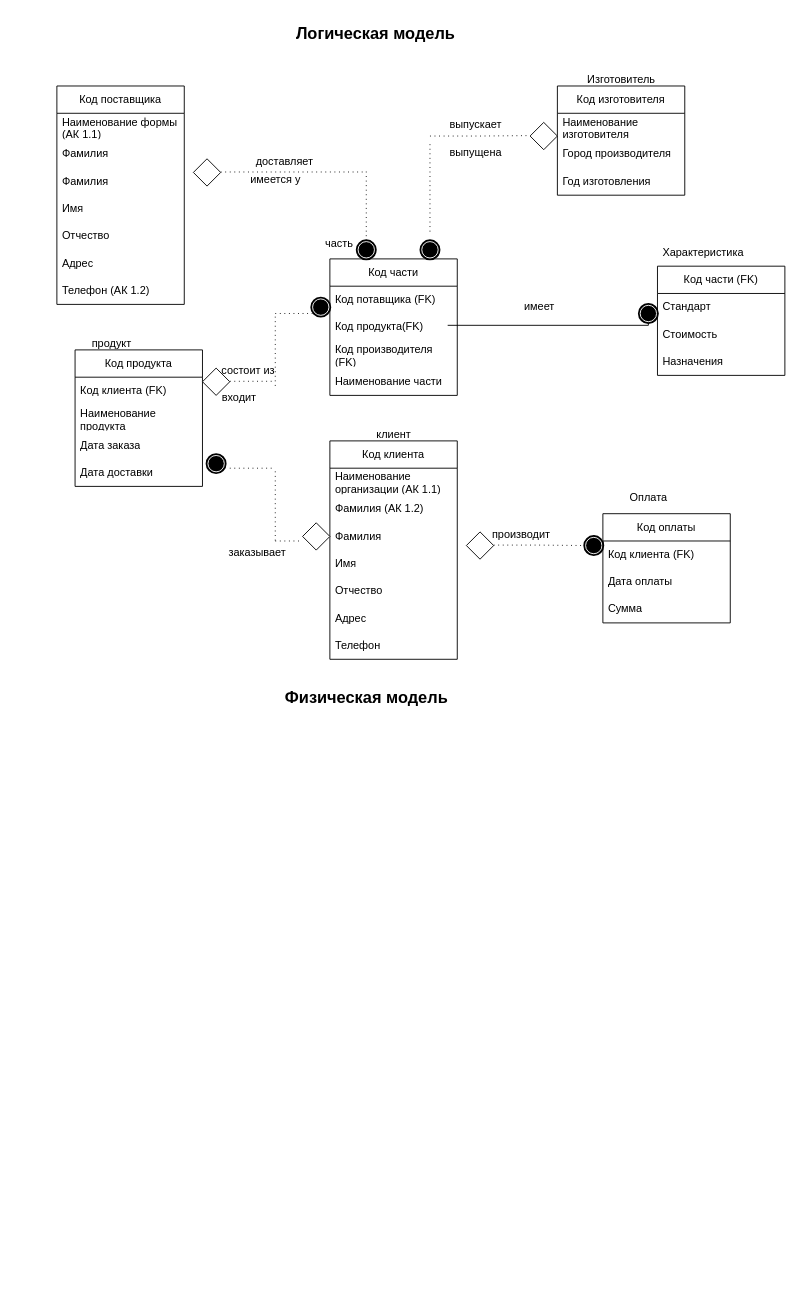
The draw.io diagram 8.drawio in elena-ts/drawio, before the edit. Source tidied: cells renumbered, new cells numbered last; positions are measured from the earlier drawing's top-left corner, leaving out a move shared by most shapes. Both pictures are drawn from the tidied source at 91%, with x=0, y=0 at pixel (56, 15).
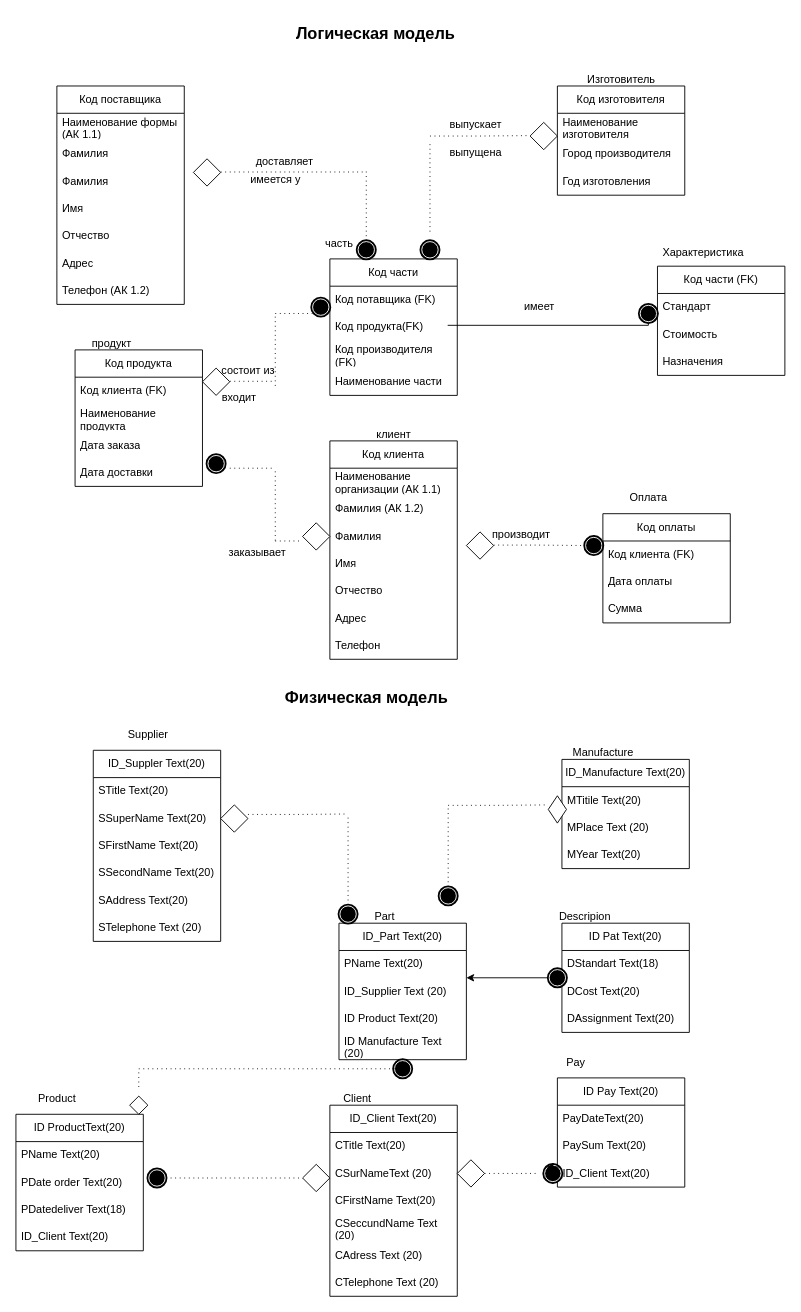
The same page after the edit.

The edit, as a diff of the source:
```diff
@@
+    <mxCell id="83" value="ID_Suppler Text(20)" style="swimlane;fontStyle=0;horizontal=1;startSize=30;whiteSpace=wrap;html=1;" parent="1" vertex="1">
+      <mxGeometry x="40" y="807" width="140" height="210" as="geometry" />
+    </mxCell>
+    <mxCell id="84" value="STitle Text(20)" style="text;strokeColor=none;fillColor=none;align=left;verticalAlign=middle;spacingLeft=4;spacingRight=4;overflow=hidden;whiteSpace=wrap;html=1;" parent="83" vertex="1">
+      <mxGeometry y="30" width="140" height="30" as="geometry" />
+    </mxCell>
+    <mxCell id="85" value="SSuperName Text(20)" style="text;strokeColor=none;fillColor=none;align=left;verticalAlign=middle;spacingLeft=4;spacingRight=4;overflow=hidden;whiteSpace=wrap;html=1;" parent="83" vertex="1">
+      <mxGeometry y="60" width="140" height="30" as="geometry" />
+    </mxCell>
+    <mxCell id="86" value="SFirstName Text(20)" style="text;strokeColor=none;fillColor=none;align=left;verticalAlign=middle;spacingLeft=4;spacingRight=4;overflow=hidden;whiteSpace=wrap;html=1;" parent="83" vertex="1">
+      <mxGeometry y="90" width="140" height="30" as="geometry" />
+    </mxCell>
+    <mxCell id="87" value="SSecondName Text(20)" style="text;strokeColor=none;fillColor=none;align=left;verticalAlign=middle;spacingLeft=4;spacingRight=4;overflow=hidden;whiteSpace=wrap;html=1;" parent="83" vertex="1">
+      <mxGeometry y="120" width="140" height="30" as="geometry" />
+    </mxCell>
+    <mxCell id="88" value="SAddress Text(20)" style="text;strokeColor=none;fillColor=none;align=left;verticalAlign=middle;spacingLeft=4;spacingRight=4;overflow=hidden;whiteSpace=wrap;html=1;" parent="83" vertex="1">
+      <mxGeometry y="150" width="140" height="30" as="geometry" />
+    </mxCell>
+    <mxCell id="89" value="STelephone Text (20)" style="text;strokeColor=none;fillColor=none;align=left;verticalAlign=middle;spacingLeft=4;spacingRight=4;overflow=hidden;whiteSpace=wrap;html=1;" parent="83" vertex="1">
+      <mxGeometry y="180" width="140" height="30" as="geometry" />
+    </mxCell>
+    <mxCell id="90" value="ID_Part Text(20)" style="swimlane;fontStyle=0;horizontal=1;startSize=30;whiteSpace=wrap;html=1;" parent="1" vertex="1">
+      <mxGeometry x="310" y="997" width="140" height="150" as="geometry" />
+    </mxCell>
+    <mxCell id="91" value="PName Text(20)" style="text;strokeColor=none;fillColor=none;align=left;verticalAlign=middle;spacingLeft=4;spacingRight=4;overflow=hidden;whiteSpace=wrap;html=1;" parent="90" vertex="1">
+      <mxGeometry y="30" width="140" height="30" as="geometry" />
+    </mxCell>
+    <mxCell id="92" value="ID_Supplier Text (20)" style="text;strokeColor=none;fillColor=none;align=left;verticalAlign=middle;spacingLeft=4;spacingRight=4;overflow=hidden;points=[[0,0.5],[1,0.5]];portConstraint=eastwest;whiteSpace=wrap;html=1;" parent="90" vertex="1">
+      <mxGeometry y="60" width="140" height="30" as="geometry" />
+    </mxCell>
+    <mxCell id="93" value="ID Product Text(20)" style="text;strokeColor=none;fillColor=none;align=left;verticalAlign=middle;spacingLeft=4;spacingRight=4;overflow=hidden;whiteSpace=wrap;html=1;" parent="90" vertex="1">
+      <mxGeometry y="90" width="140" height="30" as="geometry" />
+    </mxCell>
+    <mxCell id="94" value="ID Manufacture Text (20)" style="text;strokeColor=none;fillColor=none;align=left;verticalAlign=middle;spacingLeft=4;spacingRight=4;overflow=hidden;points=[[0,0.5],[1,0.5]];portConstraint=eastwest;whiteSpace=wrap;html=1;" parent="90" vertex="1">
+      <mxGeometry y="120" width="140" height="30" as="geometry" />
+    </mxCell>
+    <mxCell id="95" value="ID_Manufacture Text(20)" style="swimlane;fontStyle=0;horizontal=1;startSize=30;whiteSpace=wrap;html=1;" parent="1" vertex="1">
+      <mxGeometry x="555" y="817" width="140" height="120" as="geometry" />
+    </mxCell>
+    <mxCell id="96" value="MTitile Text(20)" style="text;strokeColor=none;fillColor=none;align=left;verticalAlign=middle;spacingLeft=4;spacingRight=4;overflow=hidden;whiteSpace=wrap;html=1;" parent="95" vertex="1">
+      <mxGeometry y="30" width="140" height="30" as="geometry" />
+    </mxCell>
+    <mxCell id="97" value="MPlace Text (20)" style="text;strokeColor=none;fillColor=none;align=left;verticalAlign=middle;spacingLeft=4;spacingRight=4;overflow=hidden;whiteSpace=wrap;html=1;" parent="95" vertex="1">
+      <mxGeometry y="60" width="140" height="30" as="geometry" />
+    </mxCell>
+    <mxCell id="98" value="MYear Text(20)" style="text;strokeColor=none;fillColor=none;align=left;verticalAlign=middle;spacingLeft=4;spacingRight=4;overflow=hidden;whiteSpace=wrap;html=1;" parent="95" vertex="1">
+      <mxGeometry y="90" width="140" height="30" as="geometry" />
+    </mxCell>
+    <mxCell id="99" value="ID Pat Text(20)" style="swimlane;fontStyle=0;horizontal=1;startSize=30;whiteSpace=wrap;html=1;" parent="1" vertex="1">
+      <mxGeometry x="555" y="997" width="140" height="120" as="geometry" />
+    </mxCell>
+    <mxCell id="100" value="DStandart Text(18)" style="text;strokeColor=none;fillColor=none;align=left;verticalAlign=middle;spacingLeft=4;spacingRight=4;overflow=hidden;whiteSpace=wrap;html=1;" parent="99" vertex="1">
+      <mxGeometry y="30" width="140" height="30" as="geometry" />
+    </mxCell>
+    <mxCell id="101" value="DCost Text(20)" style="text;strokeColor=none;fillColor=none;align=left;verticalAlign=middle;spacingLeft=4;spacingRight=4;overflow=hidden;whiteSpace=wrap;html=1;" parent="99" vertex="1">
+      <mxGeometry y="60" width="140" height="30" as="geometry" />
+    </mxCell>
+    <mxCell id="102" value="DAssignment Text(20)" style="text;strokeColor=none;fillColor=none;align=left;verticalAlign=middle;spacingLeft=4;spacingRight=4;overflow=hidden;whiteSpace=wrap;html=1;" parent="99" vertex="1">
+      <mxGeometry y="90" width="140" height="30" as="geometry" />
+    </mxCell>
+    <mxCell id="103" value="ID Pay Text(20)" style="swimlane;fontStyle=0;horizontal=1;startSize=30;whiteSpace=wrap;html=1;" parent="1" vertex="1">
+      <mxGeometry x="550" y="1167" width="140" height="120" as="geometry" />
+    </mxCell>
+    <mxCell id="104" value="PayDateText(20)" style="text;strokeColor=none;fillColor=none;align=left;verticalAlign=middle;spacingLeft=4;spacingRight=4;overflow=hidden;whiteSpace=wrap;html=1;" parent="103" vertex="1">
+      <mxGeometry y="30" width="140" height="30" as="geometry" />
+    </mxCell>
+    <mxCell id="105" value="PaySum Text(20)" style="text;strokeColor=none;fillColor=none;align=left;verticalAlign=middle;spacingLeft=4;spacingRight=4;overflow=hidden;whiteSpace=wrap;html=1;" parent="103" vertex="1">
+      <mxGeometry y="60" width="140" height="30" as="geometry" />
+    </mxCell>
+    <mxCell id="106" value="ID_Client Text(20)" style="text;strokeColor=none;fillColor=none;align=left;verticalAlign=middle;spacingLeft=4;spacingRight=4;overflow=hidden;whiteSpace=wrap;html=1;" parent="103" vertex="1">
+      <mxGeometry y="90" width="140" height="30" as="geometry" />
+    </mxCell>
+    <mxCell id="107" value="ID_Client Text(20)" style="swimlane;fontStyle=0;horizontal=1;startSize=30;whiteSpace=wrap;html=1;" parent="1" vertex="1">
+      <mxGeometry x="300" y="1197" width="140" height="210" as="geometry" />
+    </mxCell>
+    <mxCell id="108" value="CTitle Text(20)" style="text;strokeColor=none;fillColor=none;align=left;verticalAlign=middle;spacingLeft=4;spacingRight=4;overflow=hidden;whiteSpace=wrap;html=1;" parent="107" vertex="1">
+      <mxGeometry y="30" width="140" height="30" as="geometry" />
+    </mxCell>
+    <mxCell id="109" value="CSurNameText (20)" style="text;strokeColor=none;fillColor=none;align=left;verticalAlign=middle;spacingLeft=4;spacingRight=4;overflow=hidden;whiteSpace=wrap;html=1;" parent="107" vertex="1">
+      <mxGeometry y="60" width="140" height="30" as="geometry" />
+    </mxCell>
+    <mxCell id="110" value="CFirstName Text(20)" style="text;strokeColor=none;fillColor=none;align=left;verticalAlign=middle;spacingLeft=4;spacingRight=4;overflow=hidden;whiteSpace=wrap;html=1;" parent="107" vertex="1">
+      <mxGeometry y="90" width="140" height="30" as="geometry" />
+    </mxCell>
+    <mxCell id="111" value="CSeccundName Text (20)" style="text;strokeColor=none;fillColor=none;align=left;verticalAlign=middle;spacingLeft=4;spacingRight=4;overflow=hidden;whiteSpace=wrap;html=1;" parent="107" vertex="1">
+      <mxGeometry y="120" width="140" height="30" as="geometry" />
+    </mxCell>
+    <mxCell id="112" value="CAdress Text (20)" style="text;strokeColor=none;fillColor=none;align=left;verticalAlign=middle;spacingLeft=4;spacingRight=4;overflow=hidden;whiteSpace=wrap;html=1;" parent="107" vertex="1">
+      <mxGeometry y="150" width="140" height="30" as="geometry" />
+    </mxCell>
+    <mxCell id="113" value="CTelephone Text (20)" style="text;strokeColor=none;fillColor=none;align=left;verticalAlign=middle;spacingLeft=4;spacingRight=4;overflow=hidden;whiteSpace=wrap;html=1;" parent="107" vertex="1">
+      <mxGeometry y="180" width="140" height="30" as="geometry" />
+    </mxCell>
+    <mxCell id="114" value="ID ProductText(20)" style="swimlane;fontStyle=0;horizontal=1;startSize=30;whiteSpace=wrap;html=1;" parent="1" vertex="1">
+      <mxGeometry x="-45" y="1207" width="140" height="150" as="geometry" />
+    </mxCell>
+    <mxCell id="115" value="PName Text(20)" style="text;strokeColor=none;fillColor=none;align=left;verticalAlign=middle;spacingLeft=4;spacingRight=4;overflow=hidden;whiteSpace=wrap;html=1;" parent="114" vertex="1">
+      <mxGeometry y="30" width="140" height="30" as="geometry" />
+    </mxCell>
+    <mxCell id="116" value="PDate order Text(20)" style="text;strokeColor=none;fillColor=none;align=left;verticalAlign=middle;spacingLeft=4;spacingRight=4;overflow=hidden;whiteSpace=wrap;html=1;" parent="114" vertex="1">
+      <mxGeometry y="60" width="140" height="30" as="geometry" />
+    </mxCell>
+    <mxCell id="117" value="PDatedeliver Text(18)" style="text;strokeColor=none;fillColor=none;align=left;verticalAlign=middle;spacingLeft=4;spacingRight=4;overflow=hidden;whiteSpace=wrap;html=1;" parent="114" vertex="1">
+      <mxGeometry y="90" width="140" height="30" as="geometry" />
+    </mxCell>
+    <mxCell id="118" value="ID_Client Text(20)" style="text;strokeColor=none;fillColor=none;align=left;verticalAlign=middle;spacingLeft=4;spacingRight=4;overflow=hidden;whiteSpace=wrap;html=1;" parent="114" vertex="1">
+      <mxGeometry y="120" width="140" height="30" as="geometry" />
+    </mxCell>
+    <mxCell id="119" style="shape=mxgraph.bpmn.gateway2;html=1;verticalLabelPosition=bottom;labelBackgroundColor=#ffffff;verticalAlign=top;align=center;perimeter=rhombusPerimeter;outline=none;symbol=none;" parent="1" vertex="1">
+      <mxGeometry x="180" y="867" width="30" height="30" as="geometry" />
+    </mxCell>
+    <mxCell id="120" style="edgeStyle=elbowEdgeStyle;fontSize=12;html=1;endFill=0;startFill=0;endSize=6;startSize=6;dashed=1;dashPattern=1 4;endArrow=none;startArrow=none;rounded=0;" parent="1" edge="1">
+      <mxGeometry relative="1" as="geometry">
+        <mxPoint x="210" y="877.5" as="sourcePoint" />
+        <mxPoint x="320" y="877" as="targetPoint" />
+      </mxGeometry>
+    </mxCell>
+    <mxCell id="121" style="edgeStyle=elbowEdgeStyle;fontSize=12;html=1;endFill=0;startFill=0;endSize=6;startSize=6;dashed=1;dashPattern=1 4;endArrow=none;startArrow=none;rounded=0;elbow=vertical;" parent="1" edge="1">
+      <mxGeometry relative="1" as="geometry">
+        <mxPoint x="320" y="977" as="sourcePoint" />
+        <mxPoint x="320" y="877" as="targetPoint" />
+      </mxGeometry>
+    </mxCell>
+    <mxCell id="122" style="shape=mxgraph.bpmn.event;html=1;verticalLabelPosition=bottom;labelBackgroundColor=#ffffff;verticalAlign=top;align=center;perimeter=ellipsePerimeter;outline=end;symbol=terminate;" parent="1" vertex="1">
+      <mxGeometry x="310" y="977" width="20" height="20" as="geometry" />
+    </mxCell>
+    <mxCell id="123" style="shape=mxgraph.bpmn.event;html=1;verticalLabelPosition=bottom;labelBackgroundColor=#ffffff;verticalAlign=top;align=center;perimeter=ellipsePerimeter;outline=end;symbol=terminate;" parent="1" vertex="1">
+      <mxGeometry x="420" y="957" width="20" height="20" as="geometry" />
+    </mxCell>
+    <mxCell id="124" style="edgeStyle=elbowEdgeStyle;fontSize=12;html=1;endFill=0;startFill=0;endSize=6;startSize=6;dashed=1;dashPattern=1 4;endArrow=none;startArrow=none;rounded=0;elbow=vertical;" parent="1" edge="1">
+      <mxGeometry relative="1" as="geometry">
+        <mxPoint x="430" y="967" as="sourcePoint" />
+        <mxPoint x="430" y="867" as="targetPoint" />
+      </mxGeometry>
+    </mxCell>
+    <mxCell id="125" style="edgeStyle=elbowEdgeStyle;fontSize=12;html=1;endFill=0;startFill=0;endSize=6;startSize=6;dashed=1;dashPattern=1 4;endArrow=none;startArrow=none;rounded=0;" parent="1" edge="1">
+      <mxGeometry relative="1" as="geometry">
+        <mxPoint x="430" y="867.5" as="sourcePoint" />
+        <mxPoint x="540" y="867" as="targetPoint" />
+      </mxGeometry>
+    </mxCell>
+    <mxCell id="126" style="shape=mxgraph.bpmn.gateway2;html=1;verticalLabelPosition=bottom;labelBackgroundColor=#ffffff;verticalAlign=top;align=center;perimeter=rhombusPerimeter;outline=none;symbol=none;" parent="1" vertex="1">
+      <mxGeometry x="540" y="857" width="20" height="30" as="geometry" />
+    </mxCell>
+    <mxCell id="127" style="points=[[0.145,0.145,0],[0.5,0,0],[0.855,0.145,0],[1,0.5,0],[0.855,0.855,0],[0.5,1,0],[0.145,0.855,0],[0,0.5,0]];shape=mxgraph.bpmn.event;html=1;verticalLabelPosition=bottom;labelBackgroundColor=#ffffff;verticalAlign=top;align=center;perimeter=ellipsePerimeter;outlineConnect=0;outline=end;symbol=terminate;" parent="1" vertex="1">
+      <mxGeometry x="540" y="1047" width="20" height="20" as="geometry" />
+    </mxCell>
+    <mxCell id="128" style="edgeStyle=none;rounded=0;jettySize=auto;html=1;entryX=1;entryY=0;entryDx=0;entryDy=0;entryPerimeter=0;" parent="1" edge="1" source="127" target="92">
+      <mxGeometry relative="1" as="geometry" />
+    </mxCell>
+    <mxCell id="129" style="shape=mxgraph.bpmn.gateway2;html=1;verticalLabelPosition=bottom;labelBackgroundColor=#ffffff;verticalAlign=top;align=center;perimeter=rhombusPerimeter;outline=none;symbol=none;" parent="1" vertex="1">
+      <mxGeometry x="440" y="1257" width="30" height="30" as="geometry" />
+    </mxCell>
+    <mxCell id="130" style="edgeStyle=elbowEdgeStyle;fontSize=12;html=1;endFill=0;startFill=0;endSize=6;startSize=6;dashed=1;dashPattern=1 4;endArrow=none;startArrow=none;rounded=0;" parent="1" edge="1">
+      <mxGeometry relative="1" as="geometry">
+        <mxPoint x="470" y="1272" as="sourcePoint" />
+        <mxPoint x="530" y="1272" as="targetPoint" />
+      </mxGeometry>
+    </mxCell>
+    <mxCell id="131" style="points=[[0.145,0.145,0],[0.5,0,0],[0.855,0.145,0],[1,0.5,0],[0.855,0.855,0],[0.5,1,0],[0.145,0.855,0],[0,0.5,0]];shape=mxgraph.bpmn.event;html=1;verticalLabelPosition=bottom;labelBackgroundColor=#ffffff;verticalAlign=top;align=center;perimeter=ellipsePerimeter;outlineConnect=0;outline=end;symbol=terminate;" parent="1" vertex="1">
+      <mxGeometry x="535" y="1262" width="20" height="20" as="geometry" />
+    </mxCell>
+    <mxCell id="132" style="edgeStyle=none;rounded=0;orthogonalLoop=1;jettySize=auto;html=1;exitX=0.855;exitY=0.145;exitDx=0;exitDy=0;exitPerimeter=0;entryX=0.145;entryY=0.145;entryDx=0;entryDy=0;entryPerimeter=0;" parent="1" edge="1" source="131" target="131">
+      <mxGeometry relative="1" as="geometry" />
+    </mxCell>
+    <mxCell id="133" style="shape=mxgraph.bpmn.gateway2;html=1;verticalLabelPosition=bottom;labelBackgroundColor=#ffffff;verticalAlign=top;align=center;perimeter=rhombusPerimeter;outline=none;symbol=none;" parent="1" vertex="1">
+      <mxGeometry x="270" y="1262" width="30" height="30" as="geometry" />
+    </mxCell>
+    <mxCell id="134" style="edgeStyle=elbowEdgeStyle;fontSize=12;html=1;endFill=0;startFill=0;endSize=6;startSize=6;dashed=1;dashPattern=1 4;endArrow=none;startArrow=none;rounded=0;" parent="1" edge="1">
+      <mxGeometry relative="1" as="geometry">
+        <mxPoint x="120" y="1277" as="sourcePoint" />
+        <mxPoint x="270" y="1277" as="targetPoint" />
+      </mxGeometry>
+    </mxCell>
+    <mxCell id="135" style="shape=mxgraph.bpmn.event;html=1;verticalLabelPosition=bottom;labelBackgroundColor=#ffffff;verticalAlign=top;align=center;perimeter=ellipsePerimeter;outline=end;symbol=terminate;" parent="1" vertex="1">
+      <mxGeometry x="100" y="1267" width="20" height="20" as="geometry" />
+    </mxCell>
+    <mxCell id="136" style="edgeStyle=none;rounded=0;jettySize=auto;html=1;" parent="1" edge="1" source="137" target="94">
+      <mxGeometry relative="1" as="geometry" />
+    </mxCell>
+    <mxCell id="137" style="points=[[0.145,0.145,0],[0.5,0,0],[0.855,0.145,0],[1,0.5,0],[0.855,0.855,0],[0.5,1,0],[0.145,0.855,0],[0,0.5,0]];shape=mxgraph.bpmn.event;html=1;verticalLabelPosition=bottom;labelBackgroundColor=#ffffff;verticalAlign=top;align=center;perimeter=ellipsePerimeter;outlineConnect=0;outline=end;symbol=terminate;" parent="1" vertex="1">
+      <mxGeometry x="370" y="1147" width="20" height="20" as="geometry" />
+    </mxCell>
+    <mxCell id="138" style="edgeStyle=elbowEdgeStyle;fontSize=12;html=1;endFill=0;startFill=0;endSize=6;startSize=6;dashed=1;dashPattern=1 4;endArrow=none;startArrow=none;rounded=0;" parent="1" edge="1">
+      <mxGeometry relative="1" as="geometry">
+        <mxPoint x="90" y="1157" as="sourcePoint" />
+        <mxPoint x="380" y="1157" as="targetPoint" />
+      </mxGeometry>
+    </mxCell>
+    <mxCell id="139" style="edgeStyle=elbowEdgeStyle;fontSize=12;html=1;endFill=0;startFill=0;endSize=6;startSize=6;dashed=1;dashPattern=1 4;endArrow=none;startArrow=none;rounded=0;elbow=vertical;" parent="1" edge="1">
+      <mxGeometry relative="1" as="geometry">
+        <mxPoint x="90" y="1177" as="sourcePoint" />
+        <mxPoint x="90" y="1157" as="targetPoint" />
+      </mxGeometry>
+    </mxCell>
+    <mxCell id="140" style="shape=mxgraph.bpmn.gateway2;html=1;verticalLabelPosition=bottom;labelBackgroundColor=#ffffff;verticalAlign=top;align=center;perimeter=rhombusPerimeter;outline=none;symbol=none;" parent="1" vertex="1">
+      <mxGeometry x="80" y="1187" width="20" height="20" as="geometry" />
+    </mxCell>
+    <mxCell id="141" value="Supplier" style="text;html=1;align=center;verticalAlign=middle;strokeColor=none;fillColor=none;" parent="1" vertex="1">
+      <mxGeometry x="65" y="775" width="70" height="30" as="geometry" />
+    </mxCell>
+    <mxCell id="142" value="Product" style="text;html=1;align=center;verticalAlign=middle;strokeColor=none;fillColor=none;" parent="1" vertex="1">
+      <mxGeometry x="-30" y="1175" width="60" height="30" as="geometry" />
+    </mxCell>
+    <mxCell id="143" value="Part" style="text;html=1;align=center;verticalAlign=middle;strokeColor=none;fillColor=none;" parent="1" vertex="1">
+      <mxGeometry x="335" y="975" width="50" height="30" as="geometry" />
+    </mxCell>
+    <mxCell id="144" value="Client" style="text;html=1;align=center;verticalAlign=middle;strokeColor=none;fillColor=none;" parent="1" vertex="1">
+      <mxGeometry x="305" y="1175" width="50" height="30" as="geometry" />
+    </mxCell>
+    <mxCell id="145" value="Manufacture" style="text;html=1;align=center;verticalAlign=middle;strokeColor=none;fillColor=none;" parent="1" vertex="1">
+      <mxGeometry x="555" y="795" width="90" height="30" as="geometry" />
+    </mxCell>
+    <mxCell id="146" value="Descripion" style="text;html=1;align=center;verticalAlign=middle;strokeColor=none;fillColor=none;" parent="1" vertex="1">
+      <mxGeometry x="540" y="975" width="80" height="30" as="geometry" />
+    </mxCell>
+    <mxCell id="147" value="Pay" style="text;html=1;align=center;verticalAlign=middle;strokeColor=none;fillColor=none;" parent="1" vertex="1">
+      <mxGeometry x="550" y="1135" width="40" height="30" as="geometry" />
+    </mxCell>
```
